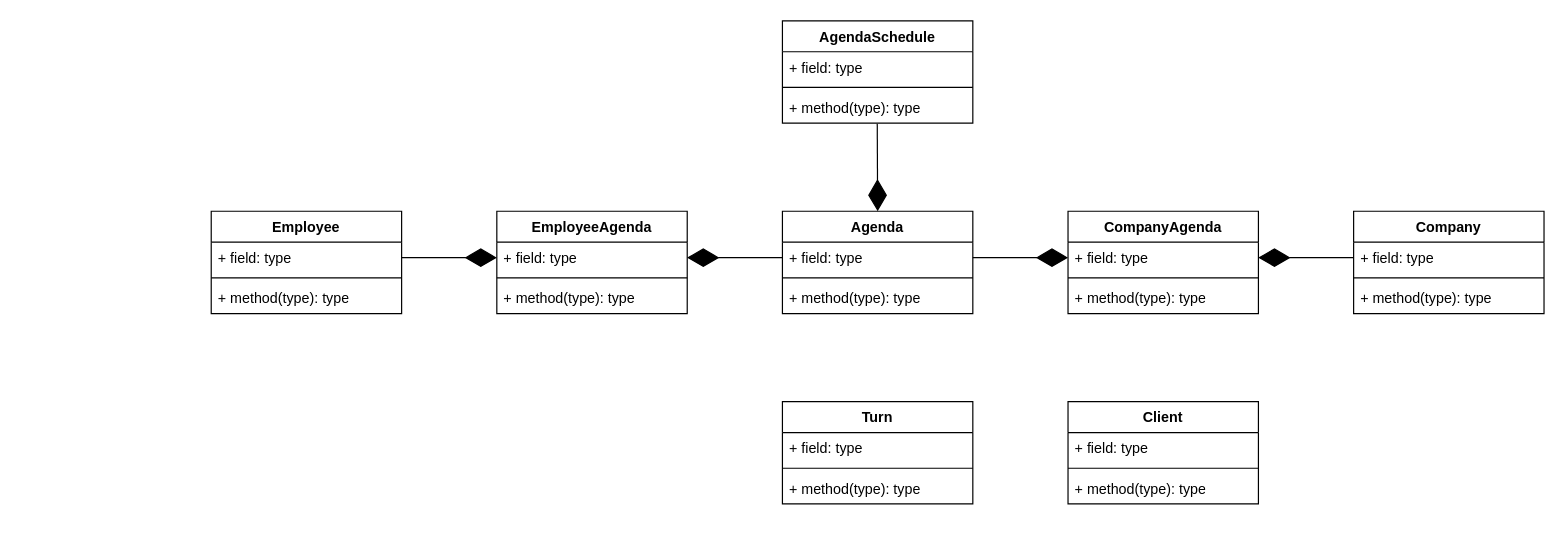
Francisco-Galea/TurnAPI keeps this draw.io diagram as API Sistema de turnos.drawio. Above is the earlier version. Source tidied: cells renumbered, new cells numbered last; positions are measured from the earlier drawing's top-left corner, leaving out a move shared by most shapes. Both pictures are drawn from the tidied source at 119%, with x=0, y=0 at pixel (211, 20).
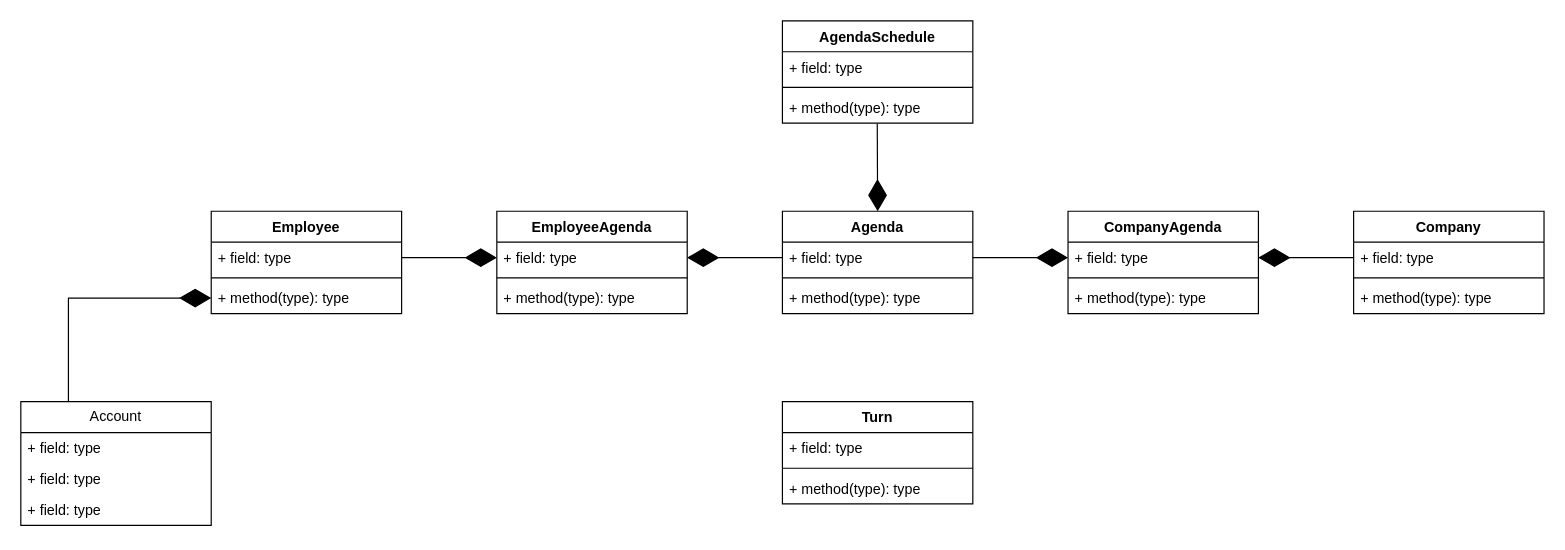
Above is the later version.

The change refers to these unchanged cells:
```xml
<mxCell id="9" value="+ method(type): type" style="text;strokeColor=none;fillColor=none;align=left;verticalAlign=top;spacingLeft=4;spacingRight=4;overflow=hidden;points=[[0,0.5],[1,0.5]];portConstraint=eastwest;whiteSpace=wrap;html=1;" parent="6" vertex="1">
  <mxGeometry y="60" width="160" height="26" as="geometry" />
</mxCell>
```

The edit, as a diff of the source:
```diff
@@
-    <mxCell id="14" value="Client" style="swimlane;fontStyle=1;align=center;verticalAlign=top;horizontal=1;startSize=26;whiteSpace=wrap;html=1;" parent="1" vertex="1">
-      <mxGeometry x="720" y="320" width="160" height="86" as="geometry" />
-    </mxCell>
-    <mxCell id="15" value="+ field: type" style="text;strokeColor=none;fillColor=none;align=left;verticalAlign=top;spacingLeft=4;spacingRight=4;overflow=hidden;whiteSpace=wrap;html=1;" parent="14" vertex="1">
-      <mxGeometry y="26" width="160" height="26" as="geometry" />
-    </mxCell>
-    <mxCell id="16" style="line;strokeWidth=1;fillColor=none;align=left;verticalAlign=middle;spacingTop=-1;spacingLeft=3;spacingRight=3;labelPosition=right;strokeColor=inherit;" parent="14" vertex="1">
-      <mxGeometry y="52" width="160" height="8" as="geometry" />
-    </mxCell>
-    <mxCell id="17" value="+ method(type): type" style="text;strokeColor=none;fillColor=none;align=left;verticalAlign=top;spacingLeft=4;spacingRight=4;overflow=hidden;whiteSpace=wrap;html=1;" parent="14" vertex="1">
-      <mxGeometry y="60" width="160" height="26" as="geometry" />
-    </mxCell>
@@
+    <mxCell id="39" value="Account" style="swimlane;fontStyle=0;horizontal=1;startSize=26;fillColor=none;whiteSpace=wrap;html=1;" parent="1" vertex="1">
+      <mxGeometry x="-160" y="320" width="160" height="104" as="geometry" />
+    </mxCell>
+    <mxCell id="15" value="+ field: type" style="text;strokeColor=none;fillColor=none;align=left;verticalAlign=top;spacingLeft=4;spacingRight=4;overflow=hidden;whiteSpace=wrap;html=1;" parent="39" vertex="1">
+      <mxGeometry y="26" width="160" height="26" as="geometry" />
+    </mxCell>
+    <mxCell id="40" value="+ field: type" style="text;strokeColor=none;fillColor=none;align=left;verticalAlign=top;spacingLeft=4;spacingRight=4;overflow=hidden;whiteSpace=wrap;html=1;" parent="39" vertex="1">
+      <mxGeometry y="52" width="160" height="26" as="geometry" />
+    </mxCell>
+    <mxCell id="41" value="+ field: type" style="text;strokeColor=none;fillColor=none;align=left;verticalAlign=top;spacingLeft=4;spacingRight=4;overflow=hidden;whiteSpace=wrap;html=1;" parent="39" vertex="1">
+      <mxGeometry y="78" width="160" height="26" as="geometry" />
+    </mxCell>
+    <mxCell id="42" style="endArrow=diamondThin;endFill=1;endSize=24;html=1;rounded=0;entryX=0;entryY=0.5;entryDx=0;entryDy=0;exitX=0.25;exitY=0;exitDx=0;exitDy=0;" parent="1" edge="1" source="39" target="9">
+      <mxGeometry relative="1" as="geometry">
+        <Array as="points">
+          <mxPoint x="-120" y="233" />
+        </Array>
+      </mxGeometry>
+    </mxCell>
```
